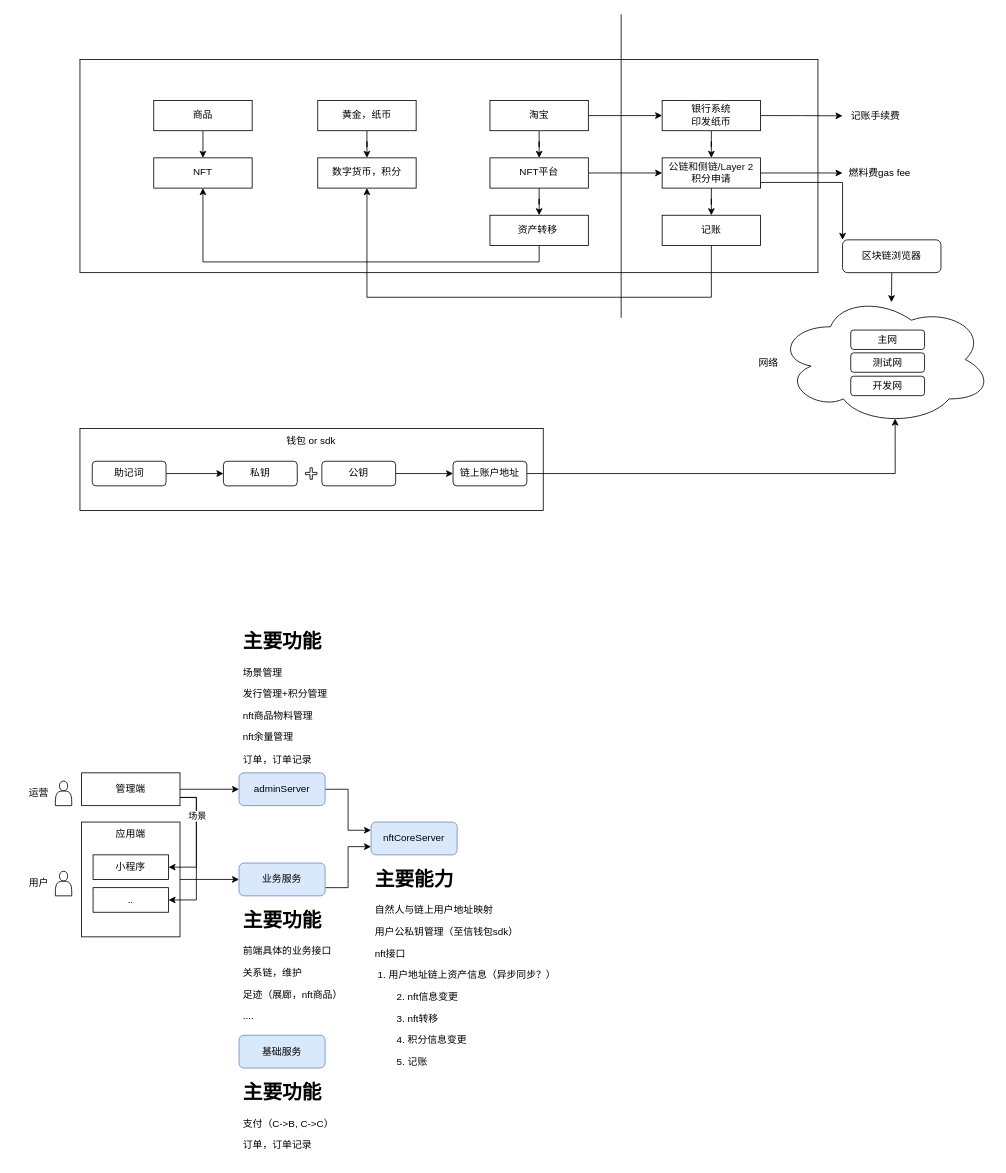
Before: nft.drawio in axtrur/resource, a draw.io diagram. Source tidied: cells renumbered, new cells numbered last; positions are measured from the earlier drawing's top-left corner, leaving out a move shared by most shapes. Both pictures are drawn from the tidied source at 82%, with x=0, y=0 at pixel (14, 14).
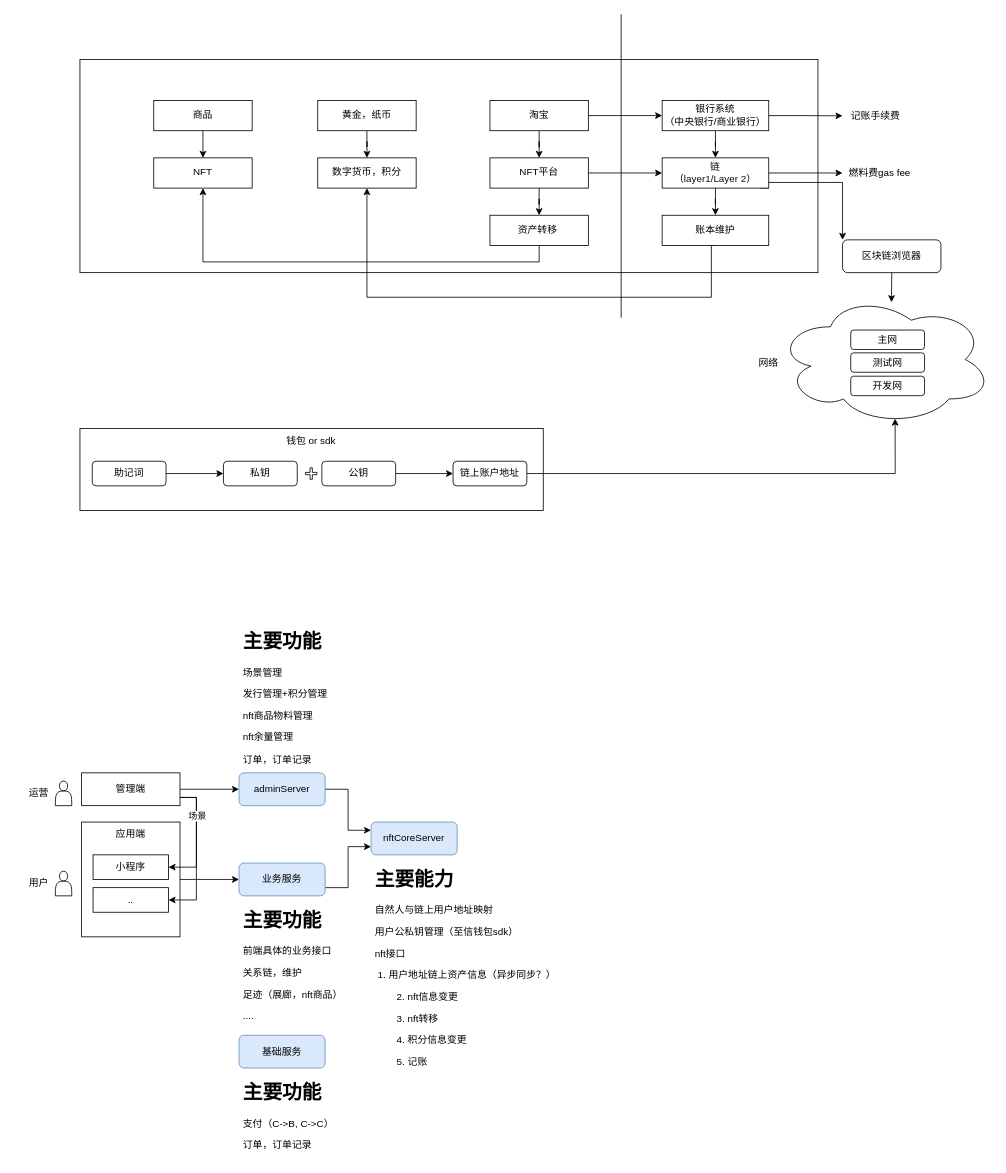
The same page after the edit.

Change to the diagram source:
```diff
@@
-    <mxCell id="20" value="银行系统&lt;br&gt;印发纸币" style="rounded=0;whiteSpace=wrap;html=1;" parent="1" vertex="1">
-      <mxGeometry x="790" y="105" width="120" height="36.9" as="geometry" />
+    <mxCell id="20" value="银行系统&lt;br&gt;（中央银行/商业银行）" style="rounded=0;whiteSpace=wrap;html=1;" parent="1" vertex="1">
+      <mxGeometry x="790" y="105" width="130" height="36.9" as="geometry" />
     </mxCell>
@@
-    <mxCell id="24" value="&lt;span style=&quot;color: rgb(14 , 14 , 14) ; font-family: &amp;#34;stheiti&amp;#34; , &amp;#34;microsoft yahei&amp;#34; , , sans-serif , &amp;#34;arial&amp;#34; ; background-color: rgb(255 , 255 , 255)&quot;&gt;&lt;font style=&quot;font-size: 12px&quot;&gt;公链和侧链/Layer 2&lt;/font&gt;&lt;/span&gt;&lt;br&gt;积分申请" style="rounded=0;whiteSpace=wrap;html=1;" parent="1" vertex="1">
-      <mxGeometry x="790" y="175" width="120" height="36.9" as="geometry" />
+    <mxCell id="24" value="&lt;span style=&quot;color: rgb(14 , 14 , 14) ; font-family: &amp;#34;stheiti&amp;#34; , &amp;#34;microsoft yahei&amp;#34; , , sans-serif , &amp;#34;arial&amp;#34; ; background-color: rgb(255 , 255 , 255)&quot;&gt;&lt;font style=&quot;font-size: 12px&quot;&gt;链&lt;br&gt;（layer1/Layer 2）&lt;/font&gt;&lt;/span&gt;" style="rounded=0;whiteSpace=wrap;html=1;" parent="1" vertex="1">
+      <mxGeometry x="790" y="175" width="130" height="36.9" as="geometry" />
     </mxCell>
@@
-    <mxCell id="28" value="记账" style="rounded=0;whiteSpace=wrap;html=1;" parent="1" vertex="1">
-      <mxGeometry x="790" y="245" width="120" height="36.9" as="geometry" />
+    <mxCell id="28" value="账本维护" style="rounded=0;whiteSpace=wrap;html=1;" parent="1" vertex="1">
+      <mxGeometry x="790" y="245" width="130" height="36.9" as="geometry" />
     </mxCell>
```
